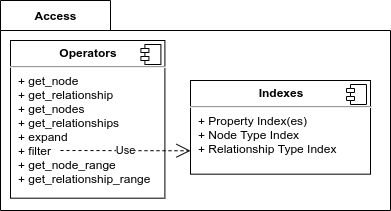
The draw.io diagram doc/user_guide/img/access_arch.png in SomeUserName1/master, before a commit. Source tidied: cells renumbered, new cells last; positions are measured from the earlier drawing's top-left corner, leaving out a move shared by most shapes.
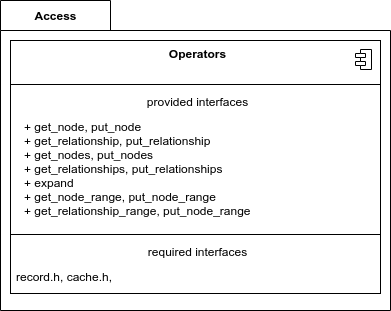
After the change.

Change to the diagram source:
```diff
@@ -3,28 +3,36 @@
     <mxCell id="0" />
     <mxCell id="1" parent="0" />
     <mxCell id="2" value="Access" style="shape=folder;fontStyle=1;tabWidth=110;tabHeight=30;tabPosition=left;html=1;boundedLbl=1;labelInHeader=1;" parent="1" vertex="1">
-      <mxGeometry width="390" height="210" as="geometry" />
+      <mxGeometry width="390" height="310" as="geometry" />
     </mxCell>
-    <mxCell id="3" value="&lt;p style=&quot;margin: 0px ; margin-top: 6px ; text-align: center&quot;&gt;&lt;b&gt;Operators&lt;/b&gt;&lt;/p&gt;&lt;hr&gt;&lt;p style=&quot;margin: 0px ; margin-left: 8px&quot;&gt;+ get_node&lt;br&gt;+ get_relationship&lt;/p&gt;&lt;p style=&quot;margin: 0px ; margin-left: 8px&quot;&gt;+ get_nodes&lt;/p&gt;&lt;p style=&quot;margin: 0px ; margin-left: 8px&quot;&gt;+ get_relationships&lt;/p&gt;&lt;p style=&quot;margin: 0px ; margin-left: 8px&quot;&gt;+ expand&lt;/p&gt;&lt;p style=&quot;margin: 0px ; margin-left: 8px&quot;&gt;+ filter&lt;/p&gt;&lt;p style=&quot;margin: 0px ; margin-left: 8px&quot;&gt;+ get_node_range&lt;/p&gt;&lt;p style=&quot;margin: 0px ; margin-left: 8px&quot;&gt;+ get_relationship_range&lt;/p&gt;" style="align=left;overflow=fill;html=1;" parent="2" vertex="1">
-      <mxGeometry x="10" y="40" width="154.4" height="157.7" as="geometry" />
-    </mxCell>
-    <mxCell id="4" style="shape=component;jettyWidth=8;jettyHeight=4;" parent="3" vertex="1">
-      <mxGeometry x="1" width="20" height="20" relative="1" as="geometry">
-        <mxPoint x="-24" y="4" as="offset" />
-      </mxGeometry>
-    </mxCell>
-    <mxCell id="5" value="&lt;p style=&quot;margin: 0px ; margin-top: 6px ; text-align: center&quot;&gt;&lt;b&gt;Indexes&lt;/b&gt;&lt;/p&gt;&lt;hr&gt;&lt;p style=&quot;margin: 0px ; margin-left: 8px&quot;&gt;+ Property Index(es)&lt;br&gt;+ Node Type Index&lt;/p&gt;&lt;p style=&quot;margin: 0px ; margin-left: 8px&quot;&gt;+ Relationship Type Index&lt;/p&gt;" style="align=left;overflow=fill;html=1;" parent="2" vertex="1">
-      <mxGeometry x="190" y="80" width="180" height="93.7" as="geometry" />
-    </mxCell>
-    <mxCell id="6" style="shape=component;jettyWidth=8;jettyHeight=4;" parent="5" vertex="1">
-      <mxGeometry x="1" width="20" height="20" relative="1" as="geometry">
-        <mxPoint x="-24" y="4" as="offset" />
-      </mxGeometry>
-    </mxCell>
-    <mxCell id="7" value="Use" style="endArrow=open;endSize=12;dashed=1;html=1;entryX=0;entryY=0.75;entryDx=0;entryDy=0;" parent="2" edge="1" target="5">
-      <mxGeometry relative="1" as="geometry">
-        <mxPoint x="60" y="150" as="sourcePoint" />
-      </mxGeometry>
-    </mxCell>
+    <mxCell id="8" style="fontStyle=1;align=center;verticalAlign=top;horizontal=1;" parent="1" vertex="1">
+      <mxGeometry x="10" y="40" width="370" height="253" as="geometry" />
+    </mxCell>
+    <mxCell id="9" value="&lt;b&gt;Operators&lt;/b&gt;" style="html=1;align=center;spacingLeft=4;verticalAlign=top;strokeColor=none;fillColor=none;" parent="8" vertex="1">
+      <mxGeometry width="370" height="40" as="geometry" />
+    </mxCell>
+    <mxCell id="10" style="shape=module;jettyWidth=10;jettyHeight=4;" parent="9" vertex="1">
+      <mxGeometry x="1" width="16" height="20" relative="1" as="geometry">
+        <mxPoint x="-25" y="9" as="offset" />
+      </mxGeometry>
+    </mxCell>
+    <mxCell id="11" style="line;strokeWidth=1;fillColor=none;align=left;verticalAlign=middle;spacingTop=-1;spacingLeft=3;spacingRight=3;labelPosition=right;" parent="8" vertex="1">
+      <mxGeometry y="40" width="370" height="8" as="geometry" />
+    </mxCell>
+    <mxCell id="12" value="provided interfaces" style="html=1;align=center;spacingLeft=4;verticalAlign=top;strokeColor=none;fillColor=none;" parent="8" vertex="1">
+      <mxGeometry y="48" width="370" height="25" as="geometry" />
+    </mxCell>
+    <mxCell id="13" value="&lt;p style=&quot;margin: 0px 0px 0px 8px&quot;&gt;+&amp;nbsp;get_node, put_node&lt;/p&gt;&lt;p style=&quot;margin: 0px 0px 0px 8px&quot;&gt;+ get_relationship, put_relationship&lt;/p&gt;&lt;p style=&quot;margin: 0px 0px 0px 8px&quot;&gt;+ get_nodes, put_nodes&lt;/p&gt;&lt;p style=&quot;margin: 0px 0px 0px 8px&quot;&gt;+ get_relationships, put_relationships&lt;/p&gt;&lt;p style=&quot;margin: 0px 0px 0px 8px&quot;&gt;+ expand&lt;/p&gt;&lt;p style=&quot;margin: 0px 0px 0px 8px&quot;&gt;+ get_node_range, put_node_range&lt;/p&gt;&lt;p style=&quot;margin: 0px 0px 0px 8px&quot;&gt;+ get_relationship_range, put_node_range&lt;/p&gt;" style="html=1;align=left;spacingLeft=4;verticalAlign=top;strokeColor=none;fillColor=none;" parent="8" vertex="1">
+      <mxGeometry y="73" width="370" height="117" as="geometry" />
+    </mxCell>
+    <mxCell id="14" style="line;strokeWidth=1;fillColor=none;align=left;verticalAlign=middle;spacingTop=-1;spacingLeft=3;spacingRight=3;labelPosition=right;" parent="8" vertex="1">
+      <mxGeometry y="190" width="370" height="8" as="geometry" />
+    </mxCell>
+    <mxCell id="15" value="required interfaces" style="html=1;align=center;spacingLeft=4;verticalAlign=top;strokeColor=none;fillColor=none;" parent="8" vertex="1">
+      <mxGeometry y="198" width="370" height="25" as="geometry" />
+    </mxCell>
+    <mxCell id="16" value="record.h, cache.h,&amp;nbsp;" style="html=1;align=left;spacingLeft=4;verticalAlign=top;strokeColor=none;fillColor=none;" parent="8" vertex="1">
+      <mxGeometry y="223" width="370" height="30" as="geometry" />
+    </mxCell>
   </root>
 </mxGraphModel>
```
